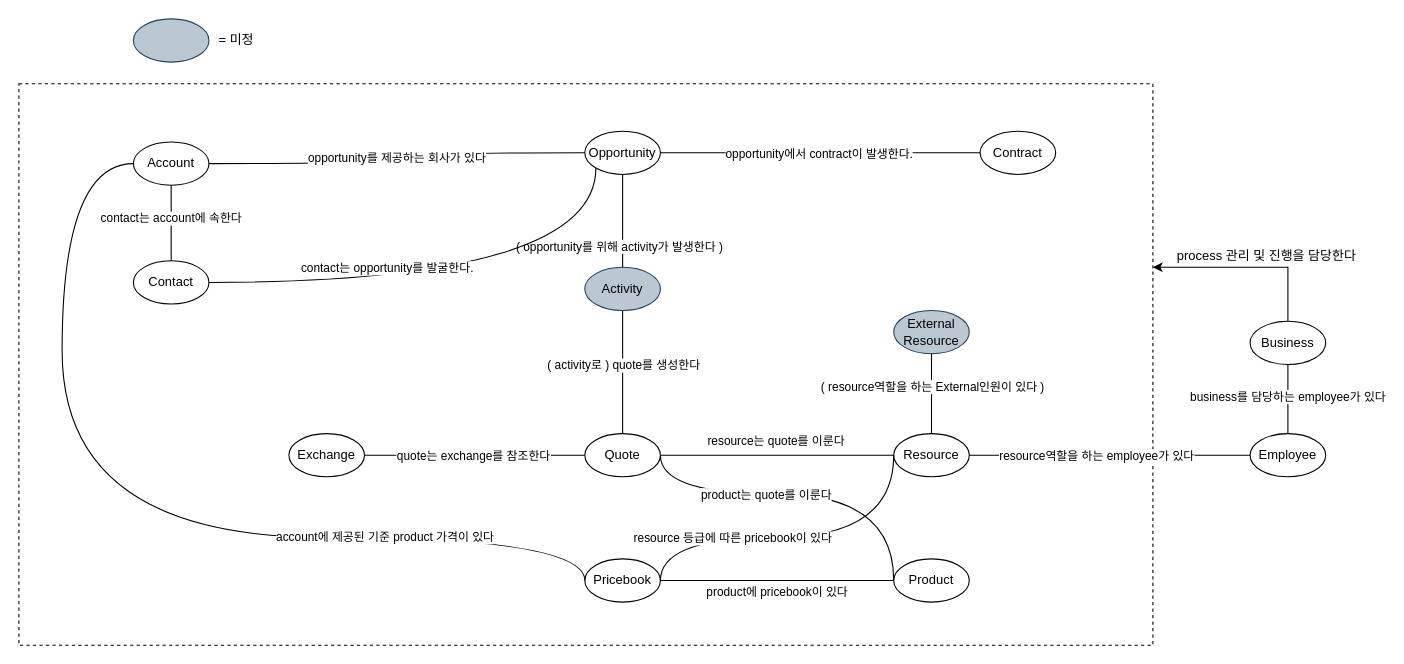
Above: page "개념설계_수정" (2 of 4) of newyork프로젝트_개념설계.drawio in cknet-saleforce/newyork (draw.io), before the change. Source tidied: cells renumbered, new cells numbered last; positions are measured from the earlier drawing's top-left corner, leaving out a move shared by most shapes. Both pictures are drawn from the tidied source at 108%, with x=0, y=0 at pixel (18, 18).
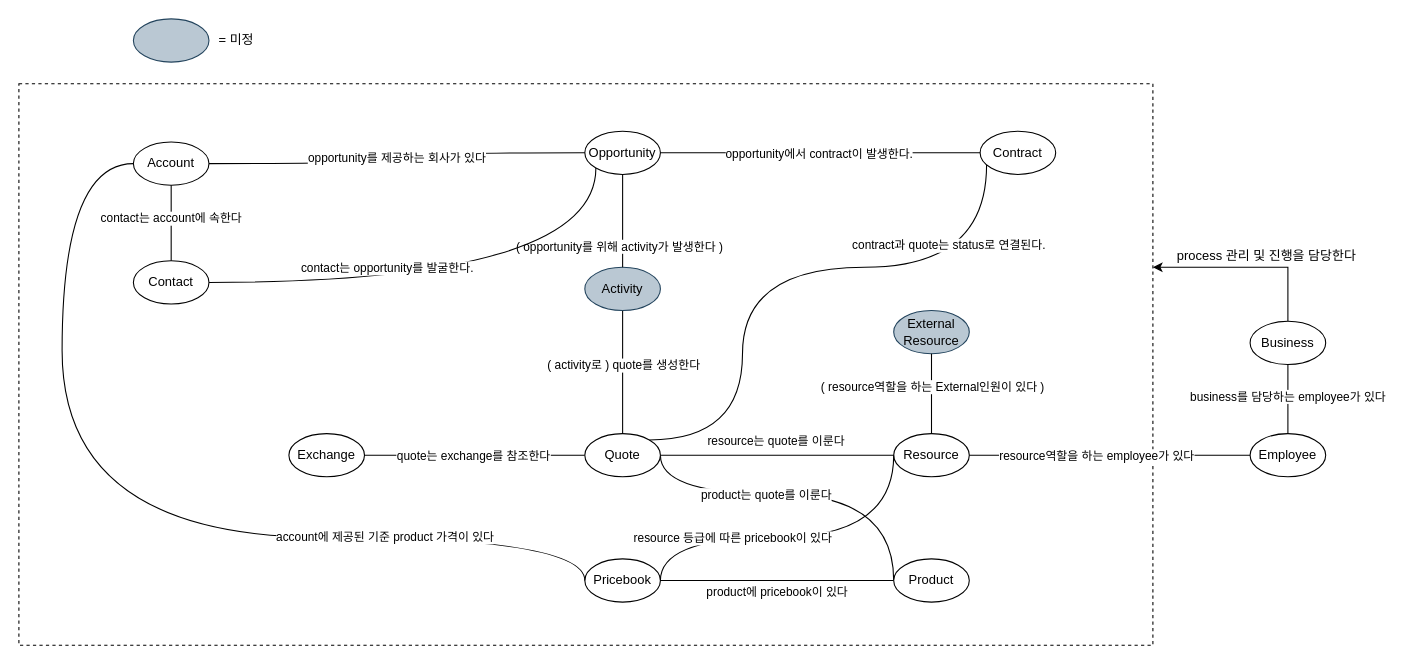
Above is the later version.

Commit message:
Update newyork프로젝트_개념설계.drawio

Unchanged cells that the change refers to:
```xml
<mxCell id="6" value="Contract" style="ellipse;whiteSpace=wrap;html=1;" parent="1" vertex="1">
  <mxGeometry x="890" y="104" width="70" height="40" as="geometry" />
</mxCell>
<mxCell id="40" value="Quote" style="ellipse;whiteSpace=wrap;html=1;" parent="1" vertex="1">
  <mxGeometry x="524" y="384" width="70" height="40" as="geometry" />
</mxCell>
```

The edit, as a diff of the source:
```diff
@@
+    <mxCell id="47" style="edgeStyle=orthogonalEdgeStyle;jettySize=auto;html=1;strokeColor=default;curved=1;endArrow=none;endFill=0;exitX=1;exitY=0;exitDx=0;exitDy=0;" parent="1" edge="1" source="40" target="6">
+      <mxGeometry relative="1" as="geometry">
+        <Array as="points">
+          <mxPoint x="670" y="390" />
+          <mxPoint x="670" y="230" />
+          <mxPoint x="896" y="230" />
+        </Array>
+      </mxGeometry>
+    </mxCell>
+    <mxCell id="48" value="contract과 quote는 status로 연결된다." style="edgeLabel;html=1;align=center;verticalAlign=middle;" parent="47" vertex="1">
+      <mxGeometry x="-0.17" y="4" relative="1" as="geometry">
+        <mxPoint x="194" y="-32" as="offset" />
+      </mxGeometry>
+    </mxCell>
```
